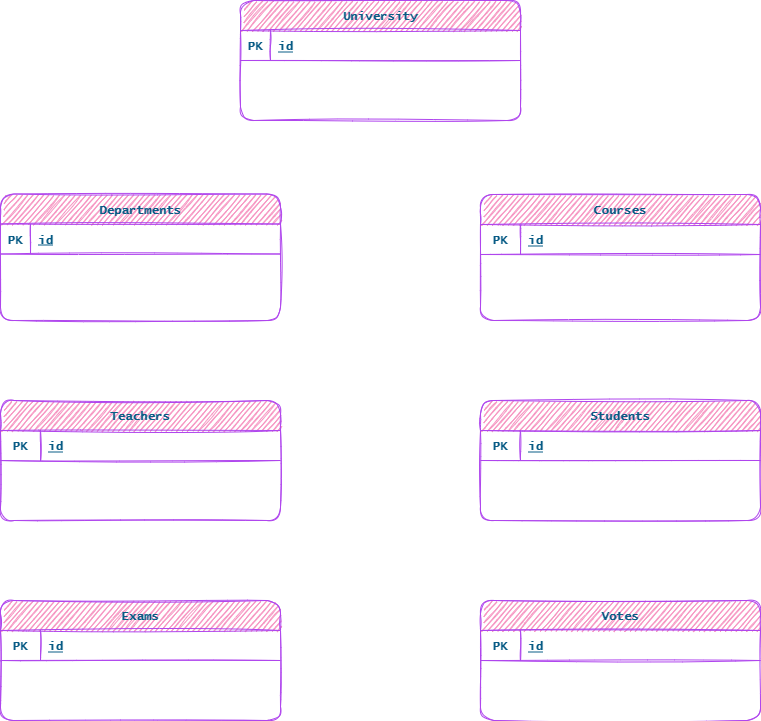
LauraBigoni/db-university keeps this draw.io diagram as base structure.png. Above is the earlier version. Source tidied: cells renumbered, new cells last; positions are measured from the earlier drawing's top-left corner, leaving out a move shared by most shapes.
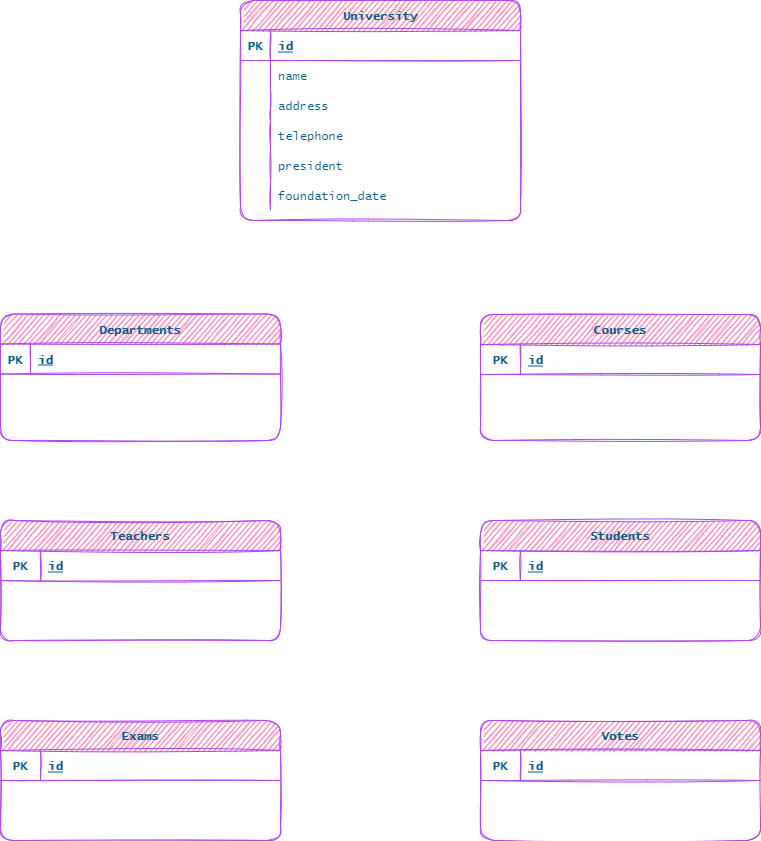
Above is the later version.

Commit message:
added university entity data

Change to the diagram source:
```diff
@@ -3,7 +3,7 @@
     <mxCell id="0" />
     <mxCell id="1" parent="0" />
     <mxCell id="2" value="University" style="shape=table;startSize=30;rowLines=0;fontStyle=1;align=center;sketch=1;rounded=1;fillColor=#F694C1;strokeColor=#AF45ED;fontColor=#095C86;fontFamily=Lucida Console;" parent="1" vertex="1">
-      <mxGeometry x="240" width="280" height="120" as="geometry" />
+      <mxGeometry x="240" y="-120" width="280" height="220" as="geometry" />
     </mxCell>
     <mxCell id="3" style="shape=partialRectangle;fillColor=none;top=0;left=0;right=0;bottom=1;sketch=1;rounded=1;strokeColor=#AF45ED;fontColor=#095C86;fontFamily=Lucida Console;" parent="2" vertex="1">
       <mxGeometry y="30" width="280" height="30" as="geometry" />
@@ -14,6 +14,51 @@
     <mxCell id="5" value="id" style="shape=partialRectangle;overflow=hidden;fillColor=none;top=0;left=0;bottom=0;right=0;align=left;spacingLeft=6;fontStyle=5;sketch=1;rounded=1;strokeColor=#AF45ED;fontColor=#095C86;fontFamily=Lucida Console;" parent="3" vertex="1">
       <mxGeometry x="30" width="250" height="30" as="geometry" />
     </mxCell>
+    <mxCell id="30" style="shape=tableRow;horizontal=0;startSize=0;swimlaneHead=0;swimlaneBody=0;fillColor=none;top=0;left=0;right=0;bottom=0;rounded=1;labelBackgroundColor=none;labelBorderColor=none;sketch=0;fontFamily=Lucida Console;fontColor=#095C86;strokeColor=#4C0099;html=0;" parent="2" vertex="1">
+      <mxGeometry y="60" width="280" height="30" as="geometry" />
+    </mxCell>
+    <mxCell id="31" style="shape=partialRectangle;fillColor=none;top=0;left=0;bottom=0;right=0;overflow=hidden;rounded=1;labelBackgroundColor=none;labelBorderColor=none;sketch=0;fontFamily=Lucida Console;fontColor=#095C86;strokeColor=#4C0099;html=0;" parent="30" vertex="1">
+      <mxGeometry width="30" height="30" as="geometry" />
+    </mxCell>
+    <mxCell id="32" value="name" style="shape=partialRectangle;fillColor=none;top=0;left=0;bottom=0;right=0;align=left;spacingLeft=6;overflow=hidden;rounded=1;labelBackgroundColor=none;labelBorderColor=none;sketch=0;fontFamily=Lucida Console;fontColor=#095C86;strokeColor=#4C0099;html=0;" parent="30" vertex="1">
+      <mxGeometry x="30" width="250" height="30" as="geometry" />
+    </mxCell>
+    <mxCell id="33" style="shape=tableRow;horizontal=0;startSize=0;swimlaneHead=0;swimlaneBody=0;fillColor=none;top=0;left=0;right=0;bottom=0;rounded=1;labelBackgroundColor=none;labelBorderColor=none;sketch=0;fontFamily=Lucida Console;fontColor=#095C86;strokeColor=#4C0099;html=0;" parent="2" vertex="1">
+      <mxGeometry y="90" width="280" height="30" as="geometry" />
+    </mxCell>
+    <mxCell id="34" style="shape=partialRectangle;fillColor=none;top=0;left=0;bottom=0;right=0;overflow=hidden;rounded=1;labelBackgroundColor=none;labelBorderColor=none;sketch=0;fontFamily=Lucida Console;fontColor=#095C86;strokeColor=#4C0099;html=0;" parent="33" vertex="1">
+      <mxGeometry width="30" height="30" as="geometry" />
+    </mxCell>
+    <mxCell id="35" value="address" style="shape=partialRectangle;fillColor=none;top=0;left=0;bottom=0;right=0;align=left;spacingLeft=6;overflow=hidden;rounded=1;labelBackgroundColor=none;labelBorderColor=none;sketch=0;fontFamily=Lucida Console;fontColor=#095C86;strokeColor=#4C0099;html=0;" parent="33" vertex="1">
+      <mxGeometry x="30" width="250" height="30" as="geometry" />
+    </mxCell>
+    <mxCell id="36" style="shape=tableRow;horizontal=0;startSize=0;swimlaneHead=0;swimlaneBody=0;fillColor=none;top=0;left=0;right=0;bottom=0;rounded=1;labelBackgroundColor=none;labelBorderColor=none;sketch=0;fontFamily=Lucida Console;fontColor=#095C86;strokeColor=#4C0099;html=0;" parent="2" vertex="1">
+      <mxGeometry y="120" width="280" height="30" as="geometry" />
+    </mxCell>
+    <mxCell id="37" style="shape=partialRectangle;fillColor=none;top=0;left=0;bottom=0;right=0;overflow=hidden;rounded=1;labelBackgroundColor=none;labelBorderColor=none;sketch=0;fontFamily=Lucida Console;fontColor=#095C86;strokeColor=#4C0099;html=0;" parent="36" vertex="1">
+      <mxGeometry width="30" height="30" as="geometry" />
+    </mxCell>
+    <mxCell id="38" value="telephone" style="shape=partialRectangle;fillColor=none;top=0;left=0;bottom=0;right=0;align=left;spacingLeft=6;overflow=hidden;rounded=1;labelBackgroundColor=none;labelBorderColor=none;sketch=0;fontFamily=Lucida Console;fontColor=#095C86;strokeColor=#4C0099;html=0;" parent="36" vertex="1">
+      <mxGeometry x="30" width="250" height="30" as="geometry" />
+    </mxCell>
+    <mxCell id="39" style="shape=tableRow;horizontal=0;startSize=0;swimlaneHead=0;swimlaneBody=0;fillColor=none;top=0;left=0;right=0;bottom=0;rounded=1;labelBackgroundColor=none;labelBorderColor=none;sketch=0;fontFamily=Lucida Console;fontColor=#095C86;strokeColor=#4C0099;html=0;" parent="2" vertex="1">
+      <mxGeometry y="150" width="280" height="30" as="geometry" />
+    </mxCell>
+    <mxCell id="40" style="shape=partialRectangle;fillColor=none;top=0;left=0;bottom=0;right=0;overflow=hidden;rounded=1;labelBackgroundColor=none;labelBorderColor=none;sketch=0;fontFamily=Lucida Console;fontColor=#095C86;strokeColor=#4C0099;html=0;" parent="39" vertex="1">
+      <mxGeometry width="30" height="30" as="geometry" />
+    </mxCell>
+    <mxCell id="41" value="president" style="shape=partialRectangle;fillColor=none;top=0;left=0;bottom=0;right=0;align=left;spacingLeft=6;overflow=hidden;rounded=1;labelBackgroundColor=none;labelBorderColor=none;sketch=0;fontFamily=Lucida Console;fontColor=#095C86;strokeColor=#4C0099;html=0;" parent="39" vertex="1">
+      <mxGeometry x="30" width="250" height="30" as="geometry" />
+    </mxCell>
+    <mxCell id="42" style="shape=tableRow;horizontal=0;startSize=0;swimlaneHead=0;swimlaneBody=0;fillColor=none;top=0;left=0;right=0;bottom=0;rounded=1;labelBackgroundColor=none;labelBorderColor=none;sketch=0;fontFamily=Lucida Console;fontColor=#095C86;strokeColor=#4C0099;html=0;" parent="2" vertex="1">
+      <mxGeometry y="180" width="280" height="30" as="geometry" />
+    </mxCell>
+    <mxCell id="43" style="shape=partialRectangle;fillColor=none;top=0;left=0;bottom=0;right=0;overflow=hidden;rounded=1;labelBackgroundColor=none;labelBorderColor=none;sketch=0;fontFamily=Lucida Console;fontColor=#095C86;strokeColor=#4C0099;html=0;" parent="42" vertex="1">
+      <mxGeometry width="30" height="30" as="geometry" />
+    </mxCell>
+    <mxCell id="44" value="foundation_date" style="shape=partialRectangle;fillColor=none;top=0;left=0;bottom=0;right=0;align=left;spacingLeft=6;overflow=hidden;rounded=1;labelBackgroundColor=none;labelBorderColor=none;sketch=0;fontFamily=Lucida Console;fontColor=#095C86;strokeColor=#4C0099;html=0;" parent="42" vertex="1">
+      <mxGeometry x="30" width="250" height="30" as="geometry" />
+    </mxCell>
     <mxCell id="6" value="Courses" style="shape=table;startSize=30;rowLines=0;fontStyle=1;align=center;sketch=1;rounded=1;fillColor=#F694C1;strokeColor=#AF45ED;fontColor=#095C86;fontFamily=Lucida Console;" parent="1" vertex="1">
       <mxGeometry x="480" y="194" width="280" height="126" as="geometry" />
     </mxCell>
```
